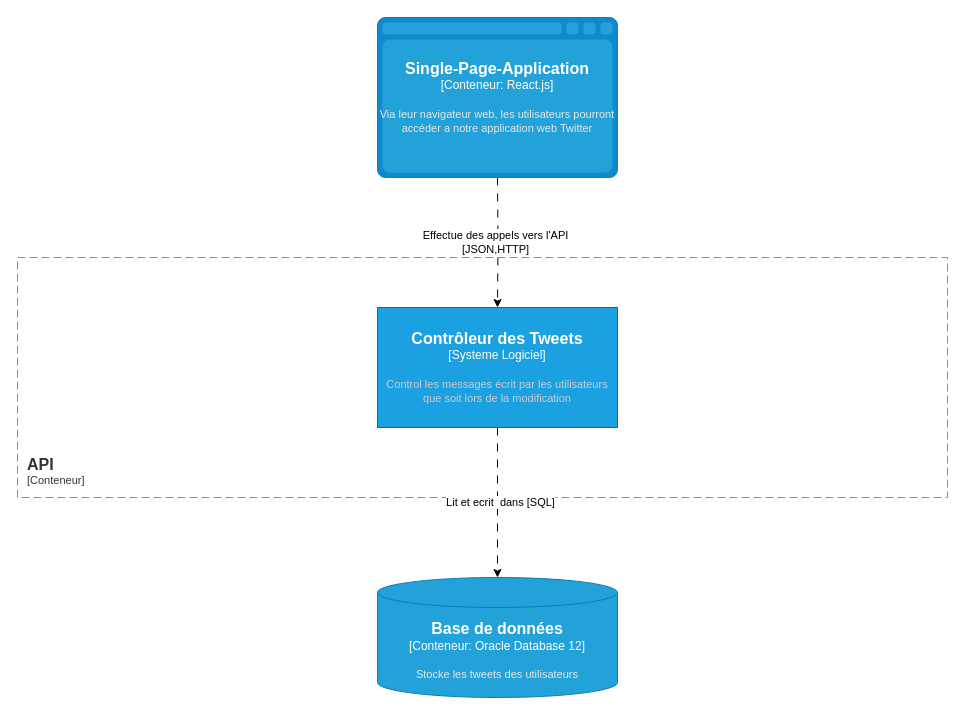
Earlier version of the draw.io diagram page "Component" (3 of 4) of Project_API_Twitter.drawio (Muking3/Project_API_Twitter). Source tidied: cells renumbered, new cells numbered last; positions are measured from the earlier drawing's top-left corner, leaving out a move shared by most shapes. Both pictures are drawn from the tidied source at 100%, with x=0, y=0 at pixel (17, 17).
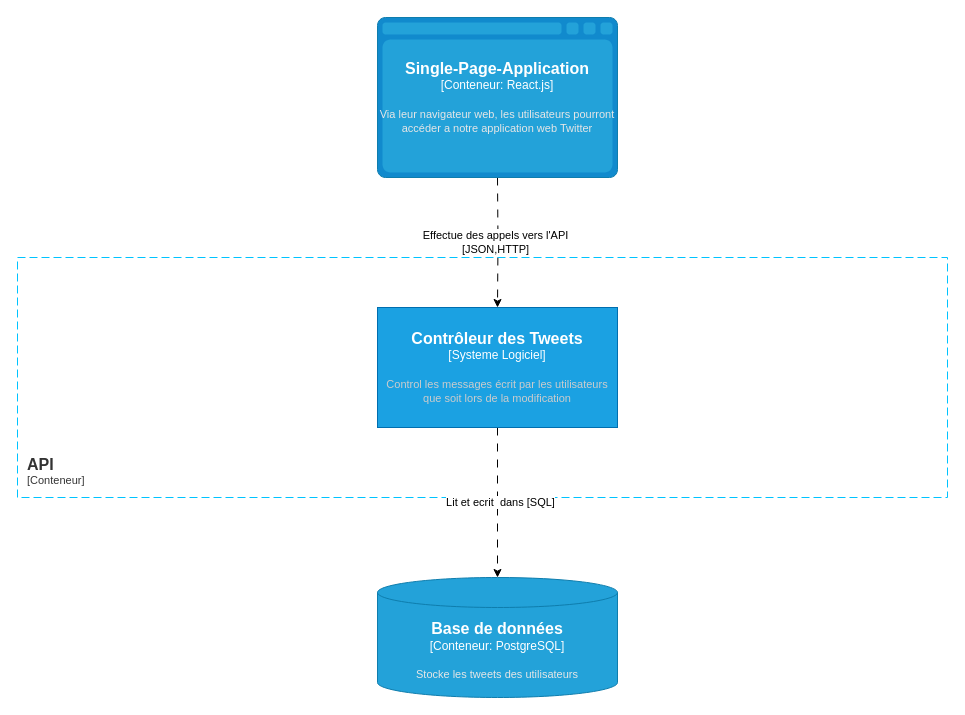
The same diagram, later.

Commit message:
Mettre à jour Project_API_Twitter.drawio

Change to the diagram source:
```diff
@@
 <mxGraphModel>
   <root>
     <mxCell id="0" />
     <mxCell id="1" parent="0" />
     <mxCell id="2" style="edgeStyle=orthogonalEdgeStyle;rounded=0;jettySize=auto;html=1;dashed=1;dashPattern=8 8;" parent="1" edge="1" target="7">
       <mxGeometry relative="1" as="geometry">
         <mxPoint x="480" y="160" as="sourcePoint" />
       </mxGeometry>
     </mxCell>
     <mxCell id="3" value="Effectue des appels vers l'API&lt;br style=&quot;border-color: var(--border-color);&quot;&gt;[JSON,HTTP]" style="edgeLabel;html=1;align=center;verticalAlign=middle;" parent="2" vertex="1">
       <mxGeometry x="0.01" y="-3" relative="1" as="geometry">
         <mxPoint y="-1" as="offset" />
       </mxGeometry>
     </mxCell>
     <object id="4" label="&lt;font style=&quot;font-size: 16px&quot;&gt;&lt;b&gt;&lt;div style=&quot;text-align: left&quot;&gt;%c4Name%&lt;/div&gt;&lt;/b&gt;&lt;/font&gt;&lt;div style=&quot;text-align: left&quot;&gt;[%c4Application%]&lt;/div&gt;" c4Application="Conteneur" c4Name="API" placeholders="1">
       <mxCell style="rounded=0;fontSize=11;whiteSpace=wrap;html=1;dashed=1;arcSize=20;fillColor=none;strokeColor=#00C3FF;fontColor=#333333;labelBackgroundColor=none;align=left;verticalAlign=bottom;labelBorderColor=none;spacingTop=0;spacing=10;dashPattern=8 4;perimeter=rectanglePerimeter;noLabel=0;labelPadding=0;absoluteArcSize=1;" parent="1" vertex="1">
         <mxGeometry y="240" width="930" height="240" as="geometry" />
       </mxCell>
     </object>
     <mxCell id="5" style="edgeStyle=orthogonalEdgeStyle;rounded=0;jettySize=auto;html=1;dashed=1;dashPattern=8 8;" parent="1" edge="1" source="7">
       <mxGeometry relative="1" as="geometry">
         <mxPoint x="480" y="560" as="targetPoint" />
       </mxGeometry>
     </mxCell>
     <mxCell id="6" value="Lit et ecrit&amp;nbsp; dans [SQL]" style="edgeLabel;html=1;align=center;verticalAlign=middle;" parent="5" vertex="1">
       <mxGeometry y="2" relative="1" as="geometry">
         <mxPoint x="2" y="1" as="offset" />
       </mxGeometry>
     </mxCell>
     <object id="7" label="&lt;font style=&quot;font-size: 16px&quot;&gt;&lt;b&gt;%c4Name%&lt;/b&gt;&lt;/font&gt;&lt;div&gt;[%c4Type%]&lt;/div&gt;&lt;br&gt;&lt;div&gt;&lt;font style=&quot;font-size: 11px&quot;&gt;&lt;font color=&quot;#cccccc&quot;&gt;%c4Description%&lt;/font&gt;&lt;/div&gt;" c4Description="Control les messages écrit par les utilisateurs que soit lors de la modification" c4Name="Contrôleur des Tweets " c4Type="Systeme Logiciel" placeholders="1">
       <mxCell style="rounded=1;whiteSpace=wrap;html=1;labelBackgroundColor=none;fillColor=#1ba1e2;fontColor=#ffffff;align=center;arcSize=0;strokeColor=#006EAF;points=[[0.25,0,0],[0.5,0,0],[0.75,0,0],[1,0.25,0],[1,0.5,0],[1,0.75,0],[0.75,1,0],[0.5,1,0],[0.25,1,0],[0,0.75,0],[0,0.5,0],[0,0.25,0]];" parent="1" vertex="1">
         <mxGeometry x="360" y="290" width="240" height="120" as="geometry" />
       </mxCell>
     </object>
     <object id="8" label="&lt;font style=&quot;font-size: 16px&quot;&gt;&lt;b&gt;%c4Type%&lt;/b&gt;&lt;/font&gt;&lt;div&gt;[%c4Container%:&amp;nbsp;%c4Technology%]&lt;/div&gt;&lt;br&gt;&lt;div&gt;&lt;font style=&quot;font-size: 11px&quot;&gt;&lt;font color=&quot;#E6E6E6&quot;&gt;%c4Description%&lt;/font&gt;&lt;/div&gt;" c4Container="Conteneur" c4Description="Via leur navigateur web, les utilisateurs pourront accéder a notre application web Twitter" c4Technology="React.js" c4Type="Single-Page-Application" placeholders="1">
       <mxCell style="shape=mxgraph.c4.webBrowserContainer2;whiteSpace=wrap;html=1;boundedLbl=1;rounded=0;labelBackgroundColor=none;strokeColor=#118ACD;fillColor=#23A2D9;strokeColor=#118ACD;strokeColor2=#0E7DAD;fontSize=12;fontColor=#ffffff;align=center;" parent="1" vertex="1">
         <mxGeometry x="360" width="240" height="160" as="geometry" />
       </mxCell>
     </object>
-    <object id="9" label="&lt;font style=&quot;font-size: 16px&quot;&gt;&lt;b&gt;%c4Type%&lt;/b&gt;&lt;/font&gt;&lt;div&gt;[%c4Container%:&amp;nbsp;%c4Technology%]&lt;/div&gt;&lt;br&gt;&lt;div&gt;&lt;font style=&quot;font-size: 11px&quot;&gt;&lt;font color=&quot;#E6E6E6&quot;&gt;%c4Description%&lt;/font&gt;&lt;/div&gt;" c4Container="Conteneur" c4Description="Stocke les tweets des utilisateurs" c4Technology="Oracle Database 12" c4Type="Base de données" placeholders="1">
+    <object id="9" label="&lt;font style=&quot;font-size: 16px&quot;&gt;&lt;b&gt;%c4Type%&lt;/b&gt;&lt;/font&gt;&lt;div&gt;[%c4Container%:&amp;nbsp;%c4Technology%]&lt;/div&gt;&lt;br&gt;&lt;div&gt;&lt;font style=&quot;font-size: 11px&quot;&gt;&lt;font color=&quot;#E6E6E6&quot;&gt;%c4Description%&lt;/font&gt;&lt;/div&gt;" c4Container="Conteneur" c4Description="Stocke les tweets des utilisateurs" c4Technology="PostgreSQL" c4Type="Base de données" placeholders="1">
       <mxCell style="shape=cylinder3;size=15;whiteSpace=wrap;html=1;boundedLbl=1;rounded=0;labelBackgroundColor=none;fillColor=#23A2D9;fontSize=12;fontColor=#ffffff;align=center;strokeColor=#0E7DAD;" parent="1" vertex="1">
         <mxGeometry x="360" y="560" width="240" height="120" as="geometry" />
       </mxCell>
     </object>
   </root>
 </mxGraphModel>
```
